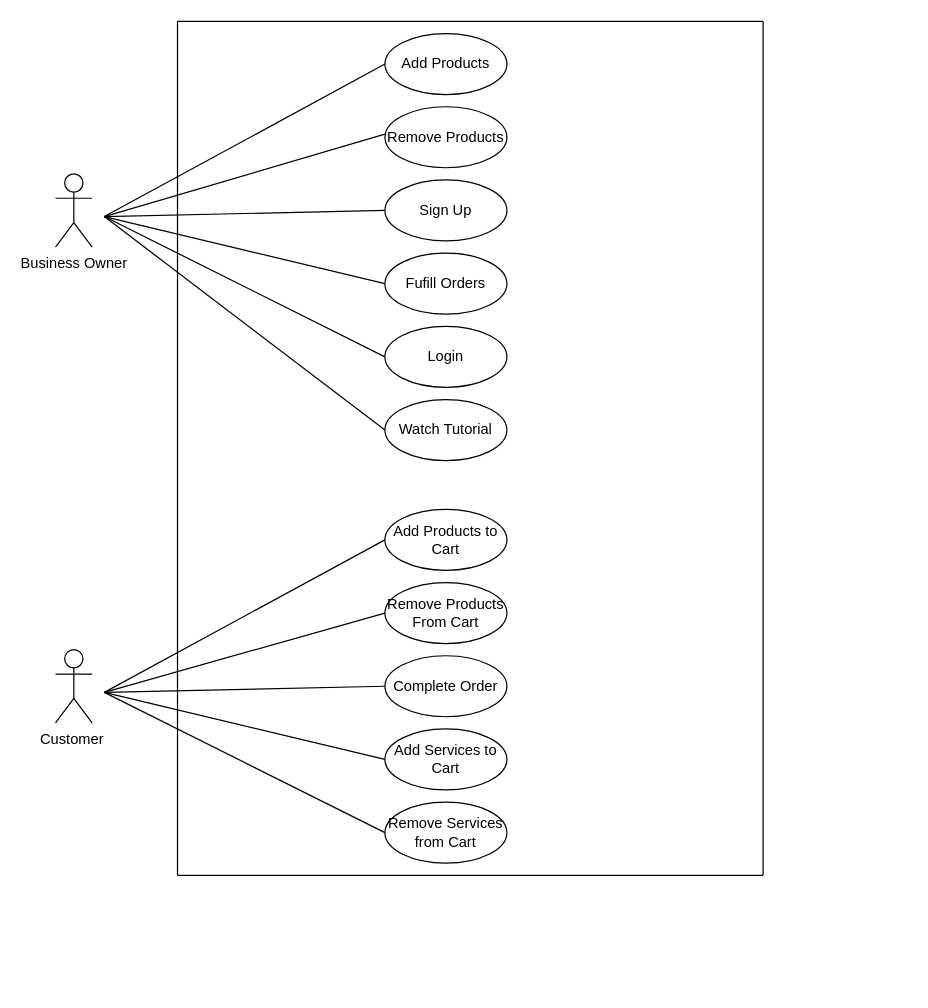
willdonlan8/hello-world keeps this draw.io diagram as Untitled Diagram.drawio. Above is the earlier version. Source tidied: cells renumbered, new cells numbered last; positions are measured from the earlier drawing's top-left corner, leaving out a move shared by most shapes. Both pictures are drawn from the tidied source at 122%, with x=0, y=0 at pixel (55, 21).
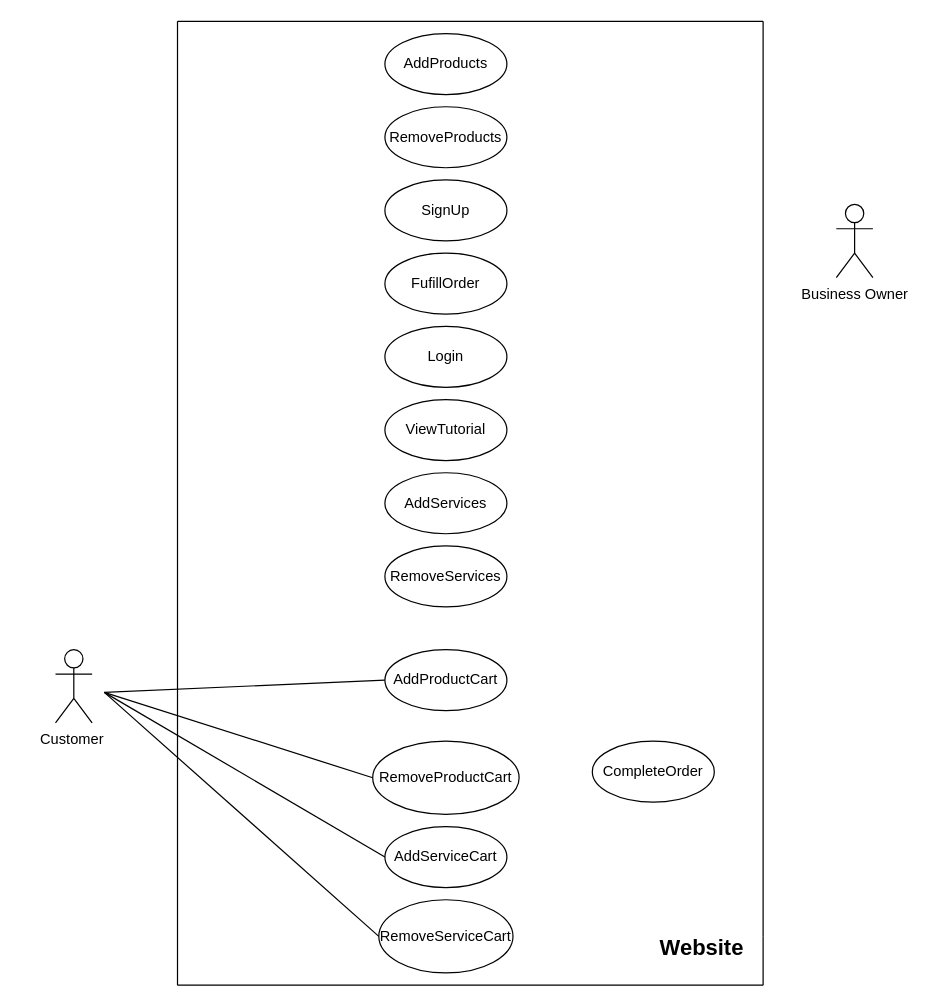
The same diagram, later.

The change refers to these unchanged cells:
```xml
<mxCell id="10" value="Login" style="ellipse;whiteSpace=wrap;html=1;" parent="1" vertex="1">
  <mxGeometry x="270" y="250" width="100" height="50" as="geometry" />
</mxCell>
```

The edit, as a diff of the source:
```diff
@@
     <mxCell id="2" value="Business Owner" style="shape=umlActor;verticalLabelPosition=bottom;verticalAlign=top;html=1;" parent="1" vertex="1">
-      <mxGeometry y="125" width="30" height="60" as="geometry" />
+      <mxGeometry x="640" y="150" width="30" height="60" as="geometry" />
     </mxCell>
@@
     <mxCell id="4" style="endArrow=none;html=1;" parent="1" edge="1">
       <mxGeometry relative="1" as="geometry">
-        <mxPoint x="100" y="700" as="sourcePoint" />
+        <mxPoint x="100" y="790" as="sourcePoint" />
         <mxPoint x="100" as="targetPoint" />
       </mxGeometry>
     </mxCell>
     <mxCell id="5" style="endArrow=none;html=1;" parent="1" edge="1">
       <mxGeometry relative="1" as="geometry">
-        <mxPoint x="100" y="700" as="sourcePoint" />
-        <mxPoint x="580" y="700" as="targetPoint" />
+        <mxPoint x="100" y="790" as="sourcePoint" />
+        <mxPoint x="580" y="790" as="targetPoint" />
       </mxGeometry>
     </mxCell>
-    <mxCell id="6" style="endArrow=none;html=1;" parent="1" edge="1">
+    <mxCell id="6" style="endArrow=none;html=1;startArrow=none;" parent="1" edge="1">
       <mxGeometry relative="1" as="geometry">
-        <mxPoint x="580" y="700" as="sourcePoint" />
+        <mxPoint x="580" y="750" as="sourcePoint" />
         <mxPoint x="580" as="targetPoint" />
       </mxGeometry>
     </mxCell>
@@
-    <mxCell id="8" value="Sign Up" style="ellipse;whiteSpace=wrap;html=1;" parent="1" vertex="1">
+    <mxCell id="8" value="SignUp" style="ellipse;whiteSpace=wrap;html=1;" parent="1" vertex="1">
       <mxGeometry x="270" y="130" width="100" height="50" as="geometry" />
     </mxCell>
-    <mxCell id="9" value="Add Products" style="ellipse;whiteSpace=wrap;html=1;" parent="1" vertex="1">
+    <mxCell id="9" value="AddProducts" style="ellipse;whiteSpace=wrap;html=1;" parent="1" vertex="1">
       <mxGeometry x="270" y="10" width="100" height="50" as="geometry" />
     </mxCell>
@@
-    <mxCell id="11" value="Remove Products" style="ellipse;whiteSpace=wrap;html=1;" parent="1" vertex="1">
+    <mxCell id="11" value="RemoveProducts" style="ellipse;whiteSpace=wrap;html=1;" parent="1" vertex="1">
       <mxGeometry x="270" y="70" width="100" height="50" as="geometry" />
     </mxCell>
-    <mxCell id="12" value="Fufill Orders" style="ellipse;whiteSpace=wrap;html=1;" parent="1" vertex="1">
+    <mxCell id="12" value="FufillOrder" style="ellipse;whiteSpace=wrap;html=1;" parent="1" vertex="1">
       <mxGeometry x="270" y="190" width="100" height="50" as="geometry" />
     </mxCell>
-    <mxCell id="13" value="Watch Tutorial" style="ellipse;whiteSpace=wrap;html=1;" parent="1" vertex="1">
+    <mxCell id="13" value="ViewTutorial" style="ellipse;whiteSpace=wrap;html=1;" parent="1" vertex="1">
       <mxGeometry x="270" y="310" width="100" height="50" as="geometry" />
     </mxCell>
-    <mxCell id="14" style="endArrow=none;html=1;entryX=0;entryY=0.5;entryDx=0;entryDy=0;" parent="1" edge="1" target="9">
-      <mxGeometry relative="1" as="geometry">
-        <mxPoint x="40" y="160" as="sourcePoint" />
-      </mxGeometry>
-    </mxCell>
-    <mxCell id="15" style="endArrow=none;html=1;entryX=0;entryY=0.5;entryDx=0;entryDy=0;" parent="1" edge="1">
-      <mxGeometry relative="1" as="geometry">
-        <mxPoint x="40" y="160" as="sourcePoint" />
-        <mxPoint x="270" y="92.5" as="targetPoint" />
-      </mxGeometry>
-    </mxCell>
-    <mxCell id="16" style="endArrow=none;html=1;entryX=0;entryY=0.5;entryDx=0;entryDy=0;" parent="1" edge="1" target="8">
-      <mxGeometry relative="1" as="geometry">
-        <mxPoint x="40" y="160" as="sourcePoint" />
-      </mxGeometry>
-    </mxCell>
-    <mxCell id="17" style="endArrow=none;html=1;entryX=0;entryY=0.5;entryDx=0;entryDy=0;" parent="1" edge="1" target="12">
-      <mxGeometry relative="1" as="geometry">
-        <mxPoint x="40" y="160" as="sourcePoint" />
-      </mxGeometry>
-    </mxCell>
-    <mxCell id="18" style="endArrow=none;html=1;entryX=0;entryY=0.5;entryDx=0;entryDy=0;" parent="1" edge="1" target="10">
-      <mxGeometry relative="1" as="geometry">
-        <mxPoint x="40" y="160" as="sourcePoint" />
-      </mxGeometry>
-    </mxCell>
-    <mxCell id="19" style="endArrow=none;html=1;entryX=0;entryY=0.5;entryDx=0;entryDy=0;" parent="1" edge="1" target="13">
-      <mxGeometry relative="1" as="geometry">
-        <mxPoint x="40" y="160" as="sourcePoint" />
-      </mxGeometry>
-    </mxCell>
-    <mxCell id="20" value="Add Products to Cart" style="ellipse;whiteSpace=wrap;html=1;" parent="1" vertex="1">
-      <mxGeometry x="270" y="400" width="100" height="50" as="geometry" />
+    <mxCell id="20" value="AddProductCart" style="ellipse;whiteSpace=wrap;html=1;" parent="1" vertex="1">
+      <mxGeometry x="270" y="515" width="100" height="50" as="geometry" />
     </mxCell>
-    <mxCell id="21" value="Remove Products From Cart" style="ellipse;whiteSpace=wrap;html=1;" parent="1" vertex="1">
-      <mxGeometry x="270" y="460" width="100" height="50" as="geometry" />
+    <mxCell id="21" value="RemoveProductCart" style="ellipse;whiteSpace=wrap;html=1;" parent="1" vertex="1">
+      <mxGeometry x="260" y="590" width="120" height="60" as="geometry" />
     </mxCell>
-    <mxCell id="22" value="Complete Order" style="ellipse;whiteSpace=wrap;html=1;" parent="1" vertex="1">
-      <mxGeometry x="270" y="520" width="100" height="50" as="geometry" />
-    </mxCell>
-    <mxCell id="23" value="Add Services to Cart" style="ellipse;whiteSpace=wrap;html=1;" parent="1" vertex="1">
-      <mxGeometry x="270" y="580" width="100" height="50" as="geometry" />
+    <mxCell id="23" value="AddServiceCart" style="ellipse;whiteSpace=wrap;html=1;" parent="1" vertex="1">
+      <mxGeometry x="270" y="660" width="100" height="50" as="geometry" />
     </mxCell>
-    <mxCell id="24" value="Remove Services from Cart" style="ellipse;whiteSpace=wrap;html=1;" parent="1" vertex="1">
-      <mxGeometry x="270" y="640" width="100" height="50" as="geometry" />
+    <mxCell id="24" value="RemoveServiceCart" style="ellipse;whiteSpace=wrap;html=1;" parent="1" vertex="1">
+      <mxGeometry x="265" y="720" width="110" height="60" as="geometry" />
     </mxCell>
@@
-    <mxCell id="27" style="endArrow=none;html=1;entryX=0;entryY=0.5;entryDx=0;entryDy=0;" parent="1" edge="1" target="22">
-      <mxGeometry relative="1" as="geometry">
-        <mxPoint x="40" y="550" as="sourcePoint" />
-      </mxGeometry>
-    </mxCell>
@@
+    <mxCell id="30" value="AddServices" style="ellipse;whiteSpace=wrap;html=1;" parent="1" vertex="1">
+      <mxGeometry x="270" y="370" width="100" height="50" as="geometry" />
+    </mxCell>
+    <mxCell id="31" value="RemoveServices" style="ellipse;whiteSpace=wrap;html=1;" parent="1" vertex="1">
+      <mxGeometry x="270" y="430" width="100" height="50" as="geometry" />
+    </mxCell>
+    <mxCell id="32" value="CompleteOrder" style="ellipse;whiteSpace=wrap;html=1;" parent="1" vertex="1">
+      <mxGeometry x="440" y="590" width="100" height="50" as="geometry" />
+    </mxCell>
+    <mxCell id="33" style="endArrow=none;html=1;" parent="1" edge="1">
+      <mxGeometry relative="1" as="geometry">
+        <mxPoint x="580" y="790" as="sourcePoint" />
+        <mxPoint x="580" y="750" as="targetPoint" />
+      </mxGeometry>
+    </mxCell>
+    <mxCell id="34" value="&lt;b&gt;&lt;font style=&quot;font-size: 18px&quot;&gt;Website&lt;/font&gt;&lt;/b&gt;" style="text;html=1;strokeColor=none;fillColor=none;align=center;verticalAlign=middle;whiteSpace=wrap;rounded=0;" parent="1" vertex="1">
+      <mxGeometry x="510" y="750" width="40" height="20" as="geometry" />
+    </mxCell>
```
